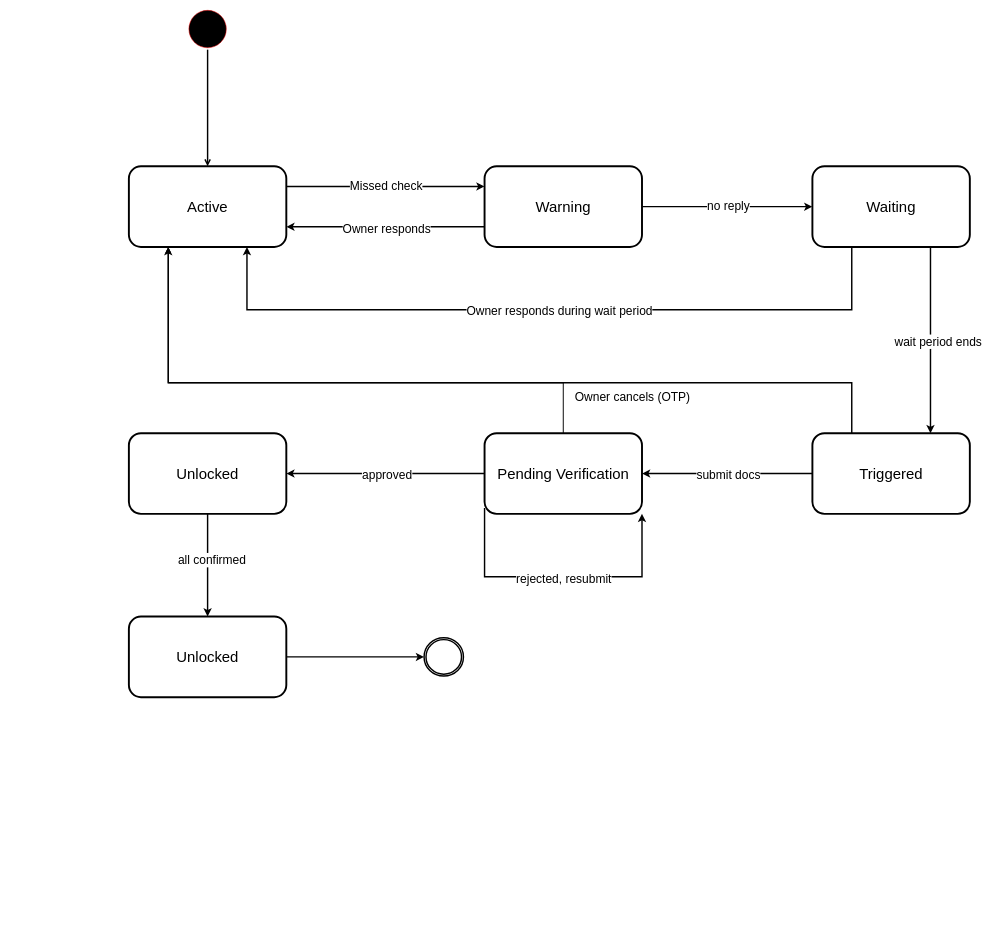
Before: States-Diagram-SWD.drawio in QuochuyChung/Final-Report-SWD, a draw.io diagram. Source tidied: cells renumbered, new cells numbered last; positions are measured from the earlier drawing's top-left corner, leaving out a move shared by most shapes. Both pictures are drawn from the tidied source at 48%, with x=0, y=0 at pixel (129, 8).
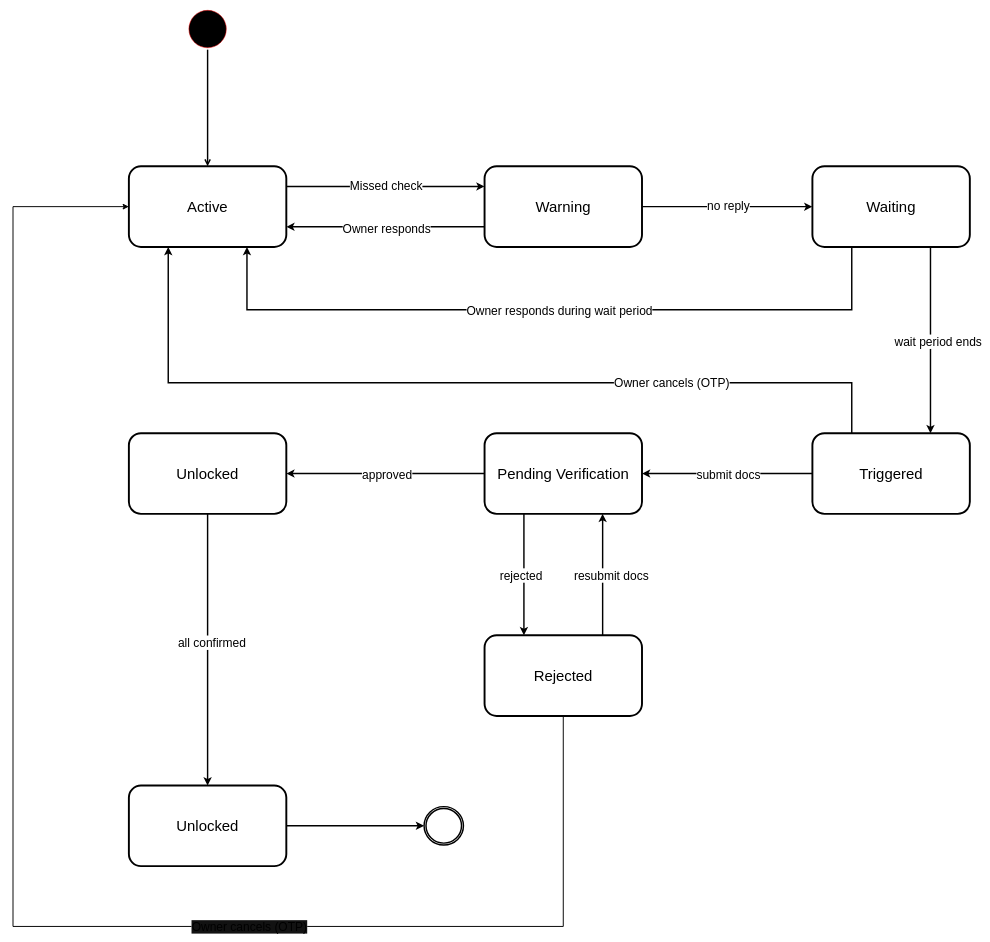
The same page after the edit.

Commit message:
fix(diagram): states diagram

Unchanged cells that the change refers to:
```xml
<mxCell id="4" value="&lt;font style=&quot;font-size: 31px;&quot;&gt;Active&lt;/font&gt;" style="rounded=1;whiteSpace=wrap;html=1;strokeWidth=4;" parent="1" vertex="1">
  <mxGeometry y="329" width="328" height="168" as="geometry" />
</mxCell>
<mxCell id="14" style="edgeStyle=orthogonalEdgeStyle;rounded=0;jettySize=auto;html=1;exitX=0.25;exitY=0;exitDx=0;exitDy=0;entryX=0.25;entryY=1;entryDx=0;entryDy=0;fontSize=12;startSize=8;endSize=8;strokeWidth=3;" parent="1" edge="1" source="16" target="4">
  <mxGeometry relative="1" as="geometry">
    <Array as="points">
      <mxPoint x="1506" y="780" />
      <mxPoint x="82" y="780" />
    </Array>
  </mxGeometry>
</mxCell>
<mxCell id="22" value="&lt;font style=&quot;font-size: 31px;&quot;&gt;Pending Verification&lt;/font&gt;" style="rounded=1;whiteSpace=wrap;html=1;strokeWidth=4;" parent="1" vertex="1">
  <mxGeometry x="741" y="885" width="328" height="168" as="geometry" />
</mxCell>
```

Diff of the diagram source:
```diff
@@
     <mxCell id="7" style="ellipse;html=1;shape=endState;fillColor=light-dark(#FFFFFF,#FFFFFF);strokeWidth=3;" parent="1" vertex="1">
-      <mxGeometry x="615" y="1311" width="82" height="80" as="geometry" />
+      <mxGeometry x="615" y="1663" width="82" height="80" as="geometry" />
     </mxCell>
@@
     <mxCell id="15" value="&lt;font style=&quot;font-size: 25px;&quot;&gt;Owner cancels (OTP)&lt;/font&gt;" style="edgeLabel;html=1;align=center;verticalAlign=middle;fontSize=12;" parent="14" vertex="1">
       <mxGeometry x="-0.52" y="-9" relative="1" as="geometry">
-        <mxPoint x="-128" y="36" as="offset" />
+        <mxPoint x="-46" y="7" as="offset" />
       </mxGeometry>
     </mxCell>
@@
-    <mxCell id="21" style="edgeStyle=orthogonalEdgeStyle;rounded=0;jettySize=auto;html=1;exitX=0.5;exitY=0;exitDx=0;exitDy=0;entryX=0.25;entryY=1;entryDx=0;entryDy=0;fontSize=12;startSize=8;endSize=8;strokeWidth=2;" parent="1" edge="1" source="22" target="4">
-      <mxGeometry relative="1" as="geometry">
+    <mxCell id="21" style="edgeStyle=orthogonalEdgeStyle;rounded=0;jettySize=auto;html=1;exitX=0.5;exitY=1;exitDx=0;exitDy=0;entryX=0;entryY=0.5;entryDx=0;entryDy=0;fontSize=12;startSize=8;endSize=8;strokeWidth=2;" parent="1" edge="1" source="35" target="4">
+      <mxGeometry x="0.33" relative="1" as="geometry">
         <Array as="points">
-          <mxPoint x="905" y="780" />
-          <mxPoint x="82" y="780" />
+          <mxPoint x="905" y="1912.6" />
+          <mxPoint x="-241.4" y="1912.6" />
+          <mxPoint x="-241.4" y="413" />
         </Array>
       </mxGeometry>
     </mxCell>
+    <mxCell id="34" value="&lt;span style=&quot;font-size: 25px; background-color: light-dark(rgb(18, 18, 18), rgb(0, 0, 0));&quot;&gt;Owner cancels (OTP)&lt;/span&gt;" style="edgeLabel;html=1;align=center;verticalAlign=middle;defaultLabelBackgroundColor=gap;" parent="21" vertex="1">
+      <mxGeometry x="-0.35" y="-8" relative="1" as="geometry">
+        <mxPoint x="-12" y="8" as="offset" />
+      </mxGeometry>
+    </mxCell>
@@
     <mxCell id="28" value="&lt;font style=&quot;font-size: 31px;&quot;&gt;Unlocked&lt;/font&gt;" style="rounded=1;whiteSpace=wrap;html=1;strokeWidth=4;" parent="1" vertex="1">
-      <mxGeometry y="1267" width="328" height="168" as="geometry" />
+      <mxGeometry y="1619" width="328" height="168" as="geometry" />
     </mxCell>
@@
-    <mxCell id="32" style="edgeStyle=orthogonalEdgeStyle;rounded=0;jettySize=auto;html=1;exitX=0;exitY=1;exitDx=0;exitDy=0;fontSize=12;startSize=8;endSize=8;strokeWidth=3;entryX=1;entryY=1;entryDx=0;entryDy=0;innerLoopWaypoints=1;" parent="1" edge="1" target="22">
-      <mxGeometry relative="1" as="geometry">
-        <mxPoint x="741" y="1041" as="sourcePoint" />
-        <Array as="points">
-          <mxPoint x="741" y="1184" />
-          <mxPoint x="1069" y="1184" />
-        </Array>
-      </mxGeometry>
-    </mxCell>
-    <mxCell id="33" value="&lt;font style=&quot;font-size: 25px;&quot;&gt;rejected, resubmit&lt;/font&gt;" style="edgeLabel;html=1;align=center;verticalAlign=middle;fontSize=12;" parent="32" vertex="1">
-      <mxGeometry x="-0.02" y="10" relative="1" as="geometry">
-        <mxPoint x="12" y="12" as="offset" />
-      </mxGeometry>
-    </mxCell>
+    <mxCell id="35" value="&lt;font style=&quot;font-size: 31px;&quot;&gt;Rejected&lt;/font&gt;" style="rounded=1;whiteSpace=wrap;html=1;strokeWidth=4;" parent="1" vertex="1">
+      <mxGeometry x="741" y="1306" width="328" height="168" as="geometry" />
+    </mxCell>
+    <mxCell id="36" style="edgeStyle=none;curved=1;rounded=0;jettySize=auto;html=1;exitX=0.25;exitY=1;exitDx=0;exitDy=0;fontSize=12;startSize=8;endSize=8;strokeWidth=3;entryX=0.25;entryY=0;entryDx=0;entryDy=0;" parent="1" edge="1" source="22" target="35">
+      <mxGeometry relative="1" as="geometry" />
+    </mxCell>
+    <mxCell id="37" value="&lt;font style=&quot;font-size: 25px;&quot;&gt;rejected&lt;/font&gt;" style="edgeLabel;html=1;align=center;verticalAlign=middle;fontSize=12;" parent="36" vertex="1">
+      <mxGeometry x="-0.02" y="10" relative="1" as="geometry">
+        <mxPoint x="-17" y="3" as="offset" />
+      </mxGeometry>
+    </mxCell>
+    <mxCell id="38" style="edgeStyle=none;curved=1;rounded=0;jettySize=auto;html=1;exitX=0.75;exitY=0;exitDx=0;exitDy=0;fontSize=12;startSize=8;endSize=8;strokeWidth=3;entryX=0.75;entryY=1;entryDx=0;entryDy=0;" parent="1" edge="1" source="35" target="22">
+      <mxGeometry relative="1" as="geometry" />
+    </mxCell>
+    <mxCell id="39" value="&lt;font style=&quot;font-size: 25px;&quot;&gt;resubmit docs&lt;/font&gt;" style="edgeLabel;html=1;align=center;verticalAlign=middle;fontSize=12;" parent="38" vertex="1">
+      <mxGeometry x="-0.02" y="10" relative="1" as="geometry">
+        <mxPoint x="27" y="-2" as="offset" />
+      </mxGeometry>
+    </mxCell>
```
